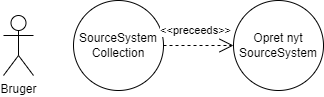
The draw.io diagram Illustrationer/UseCasePackages-Create New SS.drawio.png in FaderVader/CPH_Afgangsprojekt_2022, before a commit. Source tidied: cells renumbered, new cells last; positions are measured from the earlier drawing's top-left corner, leaving out a move shared by most shapes. Source of this version:
```xml
<mxGraphModel>
  <root>
    <mxCell id="0" />
    <mxCell id="1" parent="0" />
    <mxCell id="2" value="Opret nyt SourceSystem" style="ellipse;whiteSpace=wrap;html=1;" parent="1" vertex="1">
      <mxGeometry x="230" width="90" height="90" as="geometry" />
    </mxCell>
    <mxCell id="3" value="Bruger" style="shape=umlActor;verticalLabelPosition=bottom;verticalAlign=top;html=1;" parent="1" vertex="1">
      <mxGeometry y="15" width="30" height="60" as="geometry" />
    </mxCell>
    <mxCell id="4" value="SourceSystem&lt;br&gt;Collection" style="ellipse;whiteSpace=wrap;html=1;" parent="1" vertex="1">
      <mxGeometry x="70" width="90" height="90" as="geometry" />
    </mxCell>
    <mxCell id="5" value="&amp;lt;&amp;lt;preceeds&amp;gt;&amp;gt;" style="endArrow=open;endSize=12;dashed=1;html=1;rounded=0;entryX=0;entryY=0.5;entryDx=0;entryDy=0;exitX=1;exitY=0.5;exitDx=0;exitDy=0;" parent="1" edge="1" source="4" target="2">
      <mxGeometry x="-0.09" y="15" relative="1" as="geometry" />
    </mxCell>
  </root>
</mxGraphModel>
```
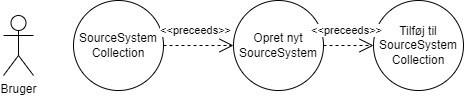
Later version of the same file.

Diff of the diagram source:
```diff
@@ -14,5 +14,11 @@
     <mxCell id="5" value="&amp;lt;&amp;lt;preceeds&amp;gt;&amp;gt;" style="endArrow=open;endSize=12;dashed=1;html=1;rounded=0;entryX=0;entryY=0.5;entryDx=0;entryDy=0;exitX=1;exitY=0.5;exitDx=0;exitDy=0;" parent="1" edge="1" source="4" target="2">
       <mxGeometry x="-0.09" y="15" relative="1" as="geometry" />
     </mxCell>
+    <mxCell id="6" value="Tilføj til SourceSystem&lt;br&gt;Collection" style="ellipse;whiteSpace=wrap;html=1;" parent="1" vertex="1">
+      <mxGeometry x="370" width="90" height="90" as="geometry" />
+    </mxCell>
+    <mxCell id="7" value="&amp;lt;&amp;lt;preceeds&amp;gt;&amp;gt;" style="endArrow=open;endSize=12;dashed=1;html=1;rounded=0;entryX=0;entryY=0.5;entryDx=0;entryDy=0;exitX=1;exitY=0.5;exitDx=0;exitDy=0;" parent="1" edge="1" source="2" target="6">
+      <mxGeometry x="-0.09" y="15" relative="1" as="geometry" />
+    </mxCell>
   </root>
 </mxGraphModel>
```
